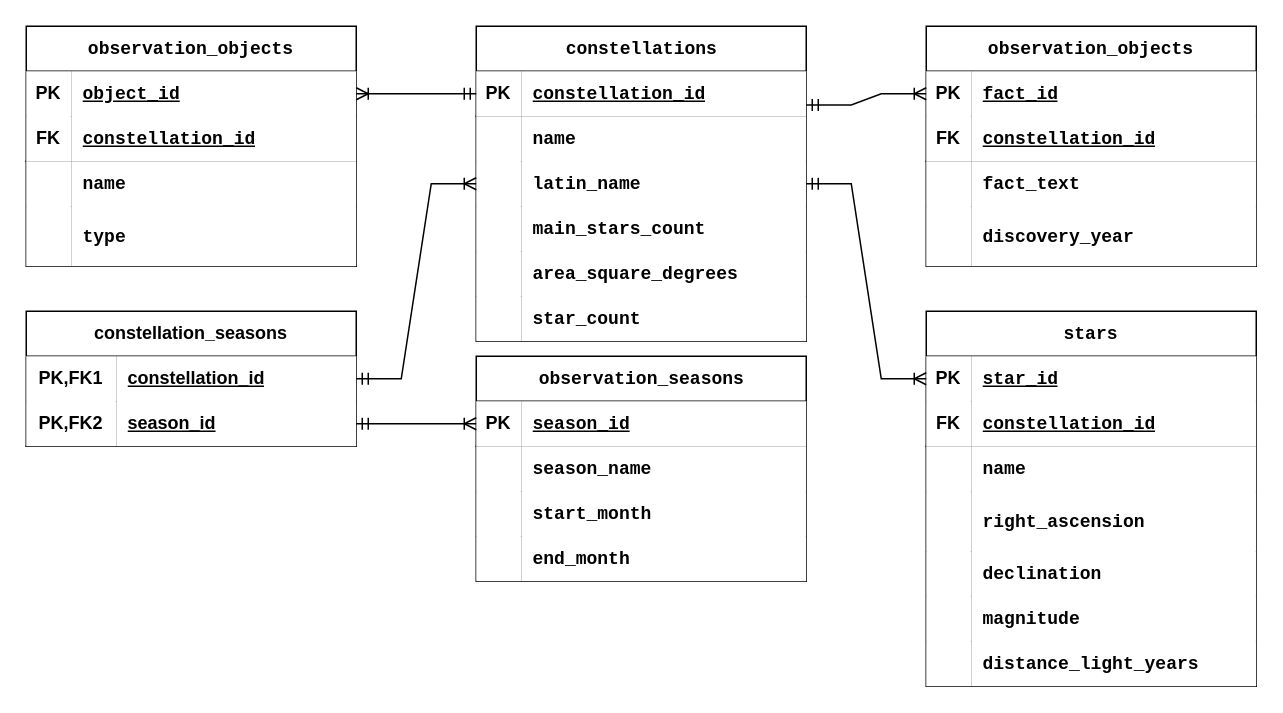
Before: pic/erd.drawio in dmpetrow/project_db, a draw.io diagram. Source tidied: cells renumbered, new cells numbered last; positions are measured from the earlier drawing's top-left corner, leaving out a move shared by most shapes. Both pictures are drawn from the tidied source at 150%, with x=0, y=0 at pixel (26, 26).
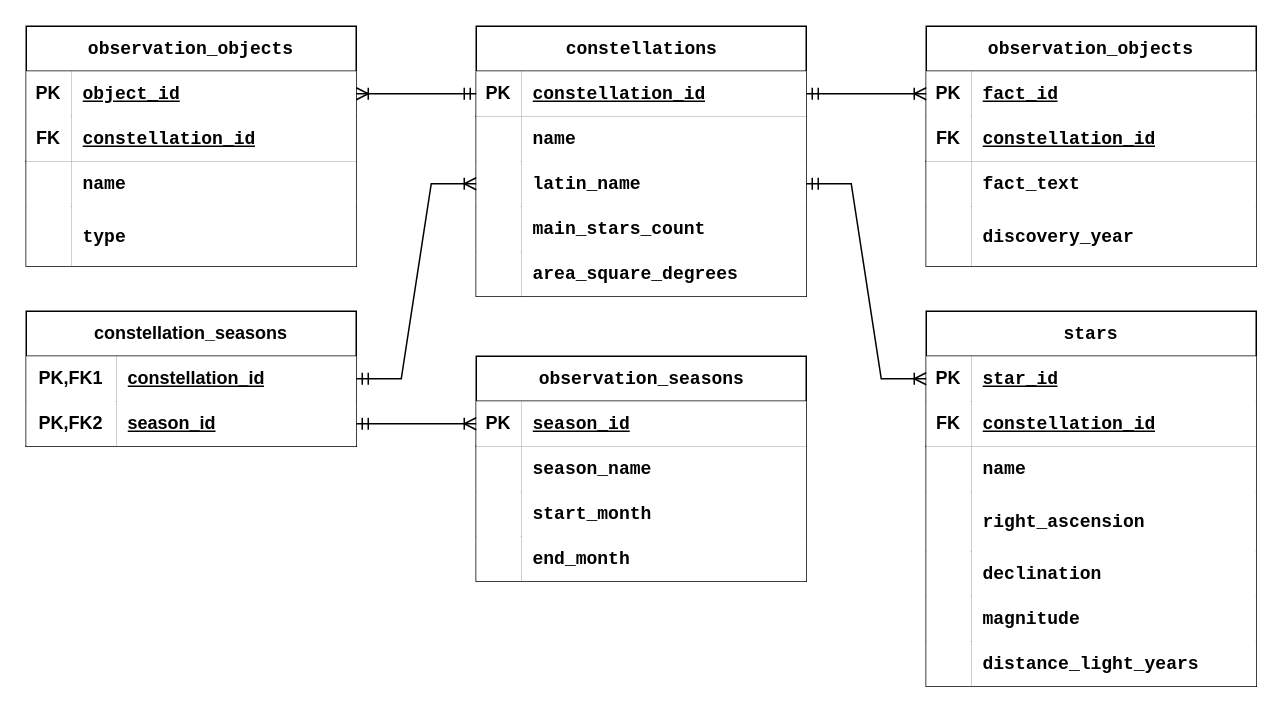
The same diagram, later.

Commit message (it also covers changes not shown here):
Feat: Удаление поля star_count

The edit, as a diff of the source:
```diff
@@
     <mxCell id="2" value="&lt;code&gt;constellations&lt;/code&gt;" style="shape=table;startSize=30;childLayout=tableLayout;rowLines=0;fontStyle=1;align=center;html=1;strokeWidth=1;" parent="1" vertex="1">
-      <mxGeometry x="300" width="220" height="210" as="geometry" />
+      <mxGeometry x="300" width="220" height="180" as="geometry" />
     </mxCell>
@@
-    <mxCell id="18" style="shape=tableRow;horizontal=0;startSize=0;swimlaneHead=0;swimlaneBody=0;fillColor=none;top=0;left=0;right=0;bottom=0;" parent="2" vertex="1">
-      <mxGeometry y="180" width="220" height="30" as="geometry" />
-    </mxCell>
-    <mxCell id="19" style="shape=partialRectangle;fillColor=default;top=0;left=0;bottom=0;right=0;overflow=hidden;whiteSpace=wrap;html=1;" parent="18" vertex="1">
-      <mxGeometry width="30" height="30" as="geometry" />
-    </mxCell>
-    <mxCell id="20" value="&lt;strong&gt;&lt;code&gt;star_count&lt;/code&gt;&lt;/strong&gt;" style="shape=partialRectangle;fillColor=default;top=0;left=0;bottom=0;right=0;align=left;spacingLeft=6;overflow=hidden;whiteSpace=wrap;html=1;strokeColor=default;verticalAlign=middle;fontFamily=Helvetica;fontSize=12;fontColor=default;" parent="18" vertex="1">
-      <mxGeometry x="30" width="190" height="30" as="geometry" />
-    </mxCell>
```
